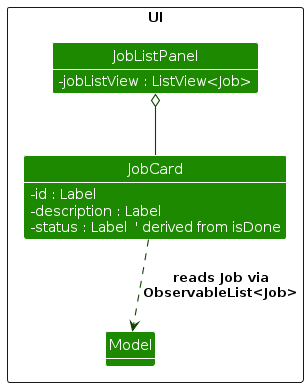
Earlier version of the PlantUML export diagrams/JobUiClassDiagram.png (Glacialthorn/tp). Its source is kept beside it as diagrams/JobUiClassDiagram.puml.
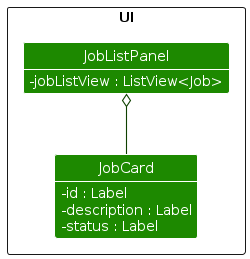
The same diagram one commit later.

Diff of the diagram source:
```diff
@@ -18,11 +18,10 @@
   class JobCard {
     - id : Label
     - description : Label
-    - status : Label  ' derived from isDone
+    - status : Label
   }
 
   JobListPanel o-- JobCard
-  JobCard ..> Model : reads Job via\nObservableList<Job>
 
 }
 @enduml
```
